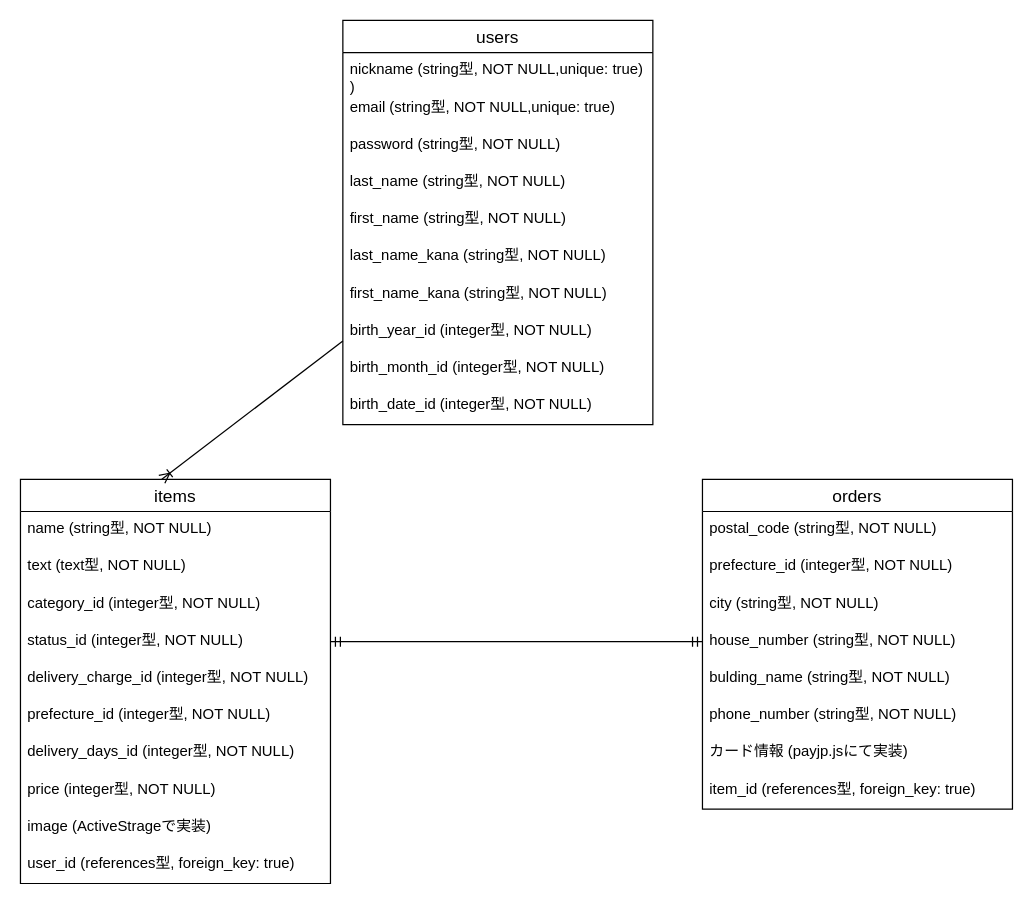
Harano0512/furima-35536 keeps this draw.io diagram as furimaER.dio. Above is the earlier version. Source tidied: cells renumbered, new cells numbered last; positions are measured from the earlier drawing's top-left corner, leaving out a move shared by most shapes. Both pictures are drawn from the tidied source at 124%, with x=0, y=0 at pixel (20, 20).
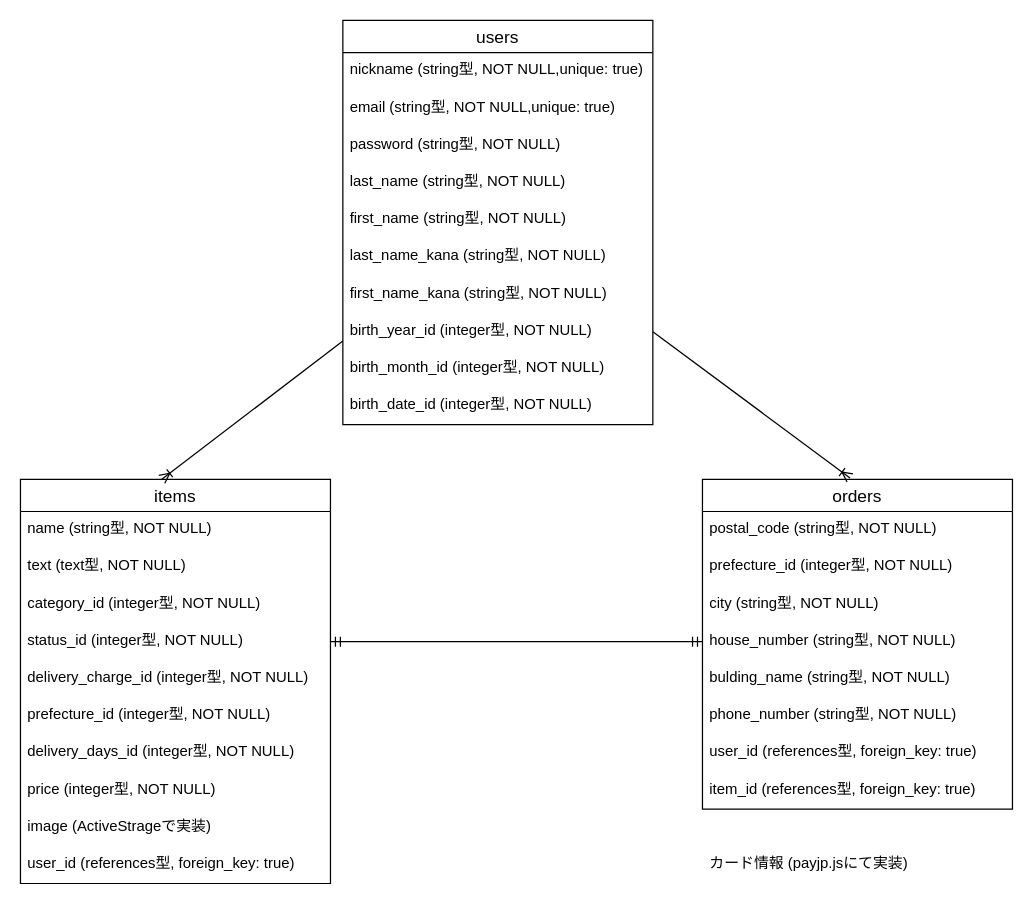
Above is the later version.

Unchanged cells that the change refers to:
```xml
<mxCell id="2" value="users" style="swimlane;fontStyle=0;horizontal=1;startSize=26;align=center;fontSize=14;" parent="1" vertex="1">
  <mxGeometry x="260" width="250" height="326" as="geometry" />
</mxCell>
<mxCell id="10" value="birth_year_id (integer型, NOT NULL)" style="text;strokeColor=none;fillColor=none;spacingLeft=4;spacingRight=4;overflow=hidden;points=[[0,0.5],[1,0.5]];portConstraint=eastwest;fontSize=12;" parent="2" vertex="1">
  <mxGeometry y="236" width="250" height="30" as="geometry" />
</mxCell>
<mxCell id="24" value="orders" style="swimlane;fontStyle=0;horizontal=1;startSize=26;align=center;fontSize=14;" parent="1" vertex="1">
  <mxGeometry x="550" y="370" width="250" height="266" as="geometry" />
</mxCell>
```

What changed in the source:
```diff
@@
-    <mxCell id="3" value="nickname (string型, NOT NULL,unique: true)&#10;)" style="text;strokeColor=none;fillColor=none;spacingLeft=4;spacingRight=4;overflow=hidden;fontSize=12;" parent="2" vertex="1">
+    <mxCell id="3" value="nickname (string型, NOT NULL,unique: true)" style="text;strokeColor=none;fillColor=none;spacingLeft=4;spacingRight=4;overflow=hidden;fontSize=12;" parent="2" vertex="1">
       <mxGeometry y="26" width="250" height="30" as="geometry" />
     </mxCell>
@@
-    <mxCell id="31" value="カード情報 (payjp.jsにて実装)" style="text;strokeColor=none;fillColor=none;spacingLeft=4;spacingRight=4;overflow=hidden;fontSize=12;" parent="24" vertex="1">
-      <mxGeometry y="206" width="250" height="30" as="geometry" />
-    </mxCell>
+    <mxCell id="35" value="user_id (references型, foreign_key: true)" style="text;strokeColor=none;fillColor=none;spacingLeft=4;spacingRight=4;overflow=hidden;fontSize=12;" parent="24" vertex="1">
+      <mxGeometry y="206" width="250" height="30" as="geometry" />
+    </mxCell>
@@
+    <mxCell id="36" style="fontSize=12;html=1;endArrow=ERoneToMany;entryX=0.476;entryY=-0.004;entryDx=0;entryDy=0;entryPerimeter=0;exitX=1;exitY=0.5;exitDx=0;exitDy=0;" parent="1" edge="1" source="10" target="24">
+      <mxGeometry relative="1" as="geometry" />
+    </mxCell>
+    <mxCell id="31" value="カード情報 (payjp.jsにて実装)" style="text;strokeColor=none;fillColor=none;spacingLeft=4;spacingRight=4;overflow=hidden;fontSize=12;" parent="1" vertex="1">
+      <mxGeometry x="550" y="666" width="250" height="30" as="geometry" />
+    </mxCell>
```
